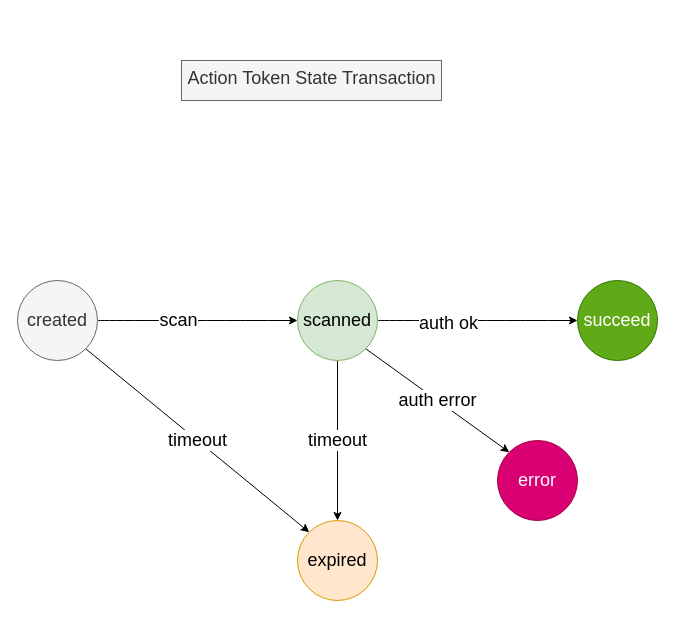
This is page "states" (2 of 2) of packages/did-auth/docs/did-auth.drawio from ArcBlock/forge-js, a draw.io file, before an edit. Source tidied: cells renumbered, new cells numbered last; positions are measured from the earlier drawing's top-left corner, leaving out a move shared by most shapes. Both pictures are drawn from the tidied source at 100%, with x=0, y=0 at pixel (17, 60).
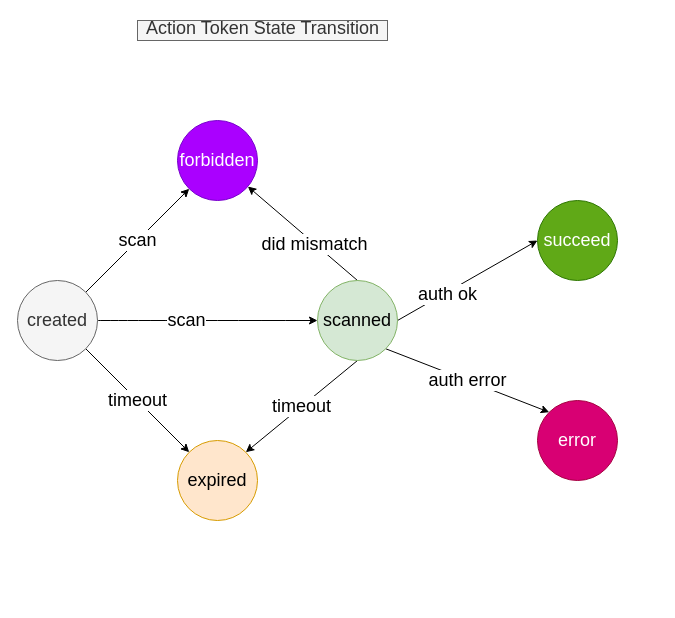
The same page after the edit.

Diff of the diagram source:
```diff
@@
 <mxGraphModel>
   <root>
     <mxCell id="0" />
     <mxCell id="1" parent="0" />
     <mxCell id="2" style="edgeStyle=orthogonalEdgeStyle;curved=1;rounded=0;jettySize=auto;html=1;exitX=1;exitY=0.5;exitDx=0;exitDy=0;entryX=0;entryY=0.5;entryDx=0;entryDy=0;startArrow=none;startFill=0;endArrow=classic;endFill=1;fontFamily=Helvetica;fontSize=18;" parent="1" edge="1" source="5" target="10">
       <mxGeometry relative="1" as="geometry" />
     </mxCell>
     <mxCell id="3" value="scan" style="text;html=1;align=center;verticalAlign=middle;labelBackgroundColor=#ffffff;fontSize=18;fontFamily=Helvetica;" parent="2" vertex="1">
       <mxGeometry x="-0.2" y="1" relative="1" as="geometry" />
     </mxCell>
     <mxCell id="4" value="timeout" style="edgeStyle=none;rounded=0;jettySize=auto;html=1;exitX=1;exitY=1;exitDx=0;exitDy=0;entryX=0;entryY=0;entryDx=0;entryDy=0;startArrow=none;startFill=0;endArrow=classic;endFill=1;fontFamily=Helvetica;fontSize=18;" parent="1" edge="1" source="5" target="12">
       <mxGeometry relative="1" as="geometry" />
     </mxCell>
+    <mxCell id="15" value="scan" style="edgeStyle=none;rounded=0;jettySize=auto;html=1;exitX=1;exitY=0;exitDx=0;exitDy=0;entryX=0;entryY=1;entryDx=0;entryDy=0;fontSize=18;" parent="1" edge="1" source="5" target="18">
+      <mxGeometry relative="1" as="geometry" />
+    </mxCell>
     <mxCell id="5" value="created&lt;div style=&quot;text-align: center&quot;&gt;&lt;/div&gt;" style="ellipse;whiteSpace=wrap;html=1;fontFamily=Helvetica;fontSize=18;align=center;fillColor=#f5f5f5;strokeColor=#666666;fontColor=#333333;" parent="1" vertex="1">
       <mxGeometry y="220" width="80" height="80" as="geometry" />
     </mxCell>
-    <mxCell id="6" style="edgeStyle=orthogonalEdgeStyle;curved=1;rounded=0;jettySize=auto;html=1;exitX=1;exitY=0.5;exitDx=0;exitDy=0;entryX=0;entryY=0.5;entryDx=0;entryDy=0;startArrow=none;startFill=0;endArrow=classic;endFill=1;fontFamily=Helvetica;fontSize=18;" parent="1" edge="1" source="10" target="11">
+    <mxCell id="6" style="rounded=0;jettySize=auto;html=1;exitX=1;exitY=0.5;exitDx=0;exitDy=0;entryX=0;entryY=0.5;entryDx=0;entryDy=0;startArrow=none;startFill=0;endArrow=classic;endFill=1;fontFamily=Helvetica;fontSize=18;" parent="1" edge="1" source="10" target="11">
       <mxGeometry relative="1" as="geometry" />
     </mxCell>
     <mxCell id="7" value="auth ok" style="text;html=1;align=center;verticalAlign=middle;labelBackgroundColor=#ffffff;fontSize=18;fontFamily=Helvetica;horizontal=1;" parent="6" vertex="1">
       <mxGeometry x="-0.3" y="-2" relative="1" as="geometry" />
     </mxCell>
     <mxCell id="8" value="auth error" style="rounded=0;jettySize=auto;html=1;exitX=1;exitY=1;exitDx=0;exitDy=0;entryX=0;entryY=0;entryDx=0;entryDy=0;startArrow=none;startFill=0;endArrow=classic;endFill=1;fontFamily=Helvetica;fontSize=18;" parent="1" edge="1" source="10" target="13">
       <mxGeometry relative="1" as="geometry" />
     </mxCell>
-    <mxCell id="9" value="timeout" style="edgeStyle=none;rounded=0;jettySize=auto;html=1;exitX=0.5;exitY=1;exitDx=0;exitDy=0;entryX=0.5;entryY=0;entryDx=0;entryDy=0;startArrow=none;startFill=0;endArrow=classic;endFill=1;fontFamily=Helvetica;fontSize=18;" parent="1" edge="1" source="10" target="12">
+    <mxCell id="9" value="timeout" style="edgeStyle=none;rounded=0;jettySize=auto;html=1;exitX=0.5;exitY=1;exitDx=0;exitDy=0;entryX=1;entryY=0;entryDx=0;entryDy=0;startArrow=none;startFill=0;endArrow=classic;endFill=1;fontFamily=Helvetica;fontSize=18;" parent="1" edge="1" source="10" target="12">
       <mxGeometry relative="1" as="geometry" />
     </mxCell>
+    <mxCell id="16" style="rounded=0;jettySize=auto;html=1;exitX=0.5;exitY=0;exitDx=0;exitDy=0;" parent="1" edge="1" source="10" target="18">
+      <mxGeometry relative="1" as="geometry" />
+    </mxCell>
+    <mxCell id="17" value="did mismatch" style="text;html=1;align=center;verticalAlign=middle;labelBackgroundColor=#ffffff;fontSize=18;" parent="16" vertex="1">
+      <mxGeometry x="-0.21" y="1" relative="1" as="geometry" />
+    </mxCell>
     <mxCell id="10" value="scanned&lt;div style=&quot;text-align: center&quot;&gt;&lt;/div&gt;" style="ellipse;whiteSpace=wrap;html=1;fontFamily=Helvetica;fontSize=18;align=center;fillColor=#d5e8d4;strokeColor=#82b366;" parent="1" vertex="1">
-      <mxGeometry x="280" y="220" width="80" height="80" as="geometry" />
+      <mxGeometry x="300" y="220" width="80" height="80" as="geometry" />
     </mxCell>
     <mxCell id="11" value="succeed&lt;div style=&quot;text-align: center&quot;&gt;&lt;/div&gt;" style="ellipse;whiteSpace=wrap;html=1;fontFamily=Helvetica;fontSize=18;align=center;fillColor=#60a917;strokeColor=#2D7600;fontColor=#ffffff;" parent="1" vertex="1">
-      <mxGeometry x="560" y="220" width="80" height="80" as="geometry" />
+      <mxGeometry x="520" y="140" width="80" height="80" as="geometry" />
     </mxCell>
     <mxCell id="12" value="expired&lt;div style=&quot;text-align: center&quot;&gt;&lt;/div&gt;" style="ellipse;whiteSpace=wrap;html=1;fontFamily=Helvetica;fontSize=18;align=center;fillColor=#ffe6cc;strokeColor=#d79b00;" parent="1" vertex="1">
-      <mxGeometry x="280" y="460" width="80" height="80" as="geometry" />
+      <mxGeometry x="160" y="380" width="80" height="80" as="geometry" />
     </mxCell>
     <mxCell id="13" value="error&lt;div style=&quot;text-align: center&quot;&gt;&lt;/div&gt;" style="ellipse;whiteSpace=wrap;html=1;fontFamily=Helvetica;fontSize=18;align=center;fillColor=#d80073;strokeColor=#A50040;fontColor=#ffffff;" parent="1" vertex="1">
-      <mxGeometry x="480" y="380" width="80" height="80" as="geometry" />
+      <mxGeometry x="520" y="340" width="80" height="80" as="geometry" />
     </mxCell>
-    <mxCell id="14" value="&lt;div style=&quot;text-align: center&quot;&gt;&lt;span&gt;Action Token State Transaction&lt;/span&gt;&lt;/div&gt;" style="text;html=1;align=center;verticalAlign=middle;spacingTop=-4;fontSize=18;fontFamily=Helvetica;fillColor=#f5f5f5;strokeColor=#666666;fontColor=#333333;rounded=0;" parent="1" vertex="1">
-      <mxGeometry x="164" width="260" height="40" as="geometry" />
+    <mxCell id="14" value="&lt;div style=&quot;text-align: center&quot;&gt;&lt;span&gt;Action Token State Transition&lt;/span&gt;&lt;/div&gt;" style="text;html=1;align=center;verticalAlign=middle;spacingTop=-4;fontSize=18;fontFamily=Helvetica;fillColor=#f5f5f5;strokeColor=#666666;fontColor=#333333;rounded=0;" parent="1" vertex="1">
+      <mxGeometry x="120" y="-40" width="250" height="20" as="geometry" />
     </mxCell>
+    <mxCell id="18" value="forbidden&lt;div style=&quot;text-align: center&quot;&gt;&lt;/div&gt;" style="ellipse;whiteSpace=wrap;html=1;fontFamily=Helvetica;fontSize=18;align=center;fillColor=#aa00ff;strokeColor=#7700CC;fontColor=#ffffff;" parent="1" vertex="1">
+      <mxGeometry x="160" y="60" width="80" height="80" as="geometry" />
+    </mxCell>
   </root>
 </mxGraphModel>
```
